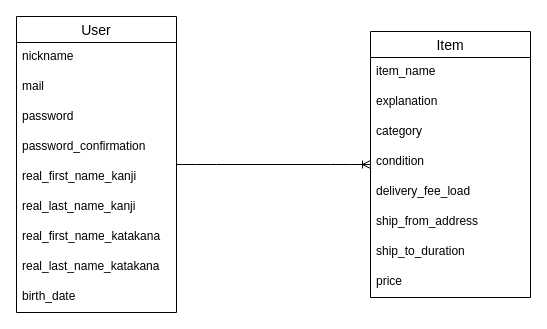
This is er_illustration.dio from Lubellum/furima-36670, a draw.io file, before an edit. Source tidied: cells renumbered, new cells numbered last; positions are measured from the earlier drawing's top-left corner, leaving out a move shared by most shapes. Both pictures are drawn from the tidied source at 100%, with x=0, y=0 at pixel (16, 16).
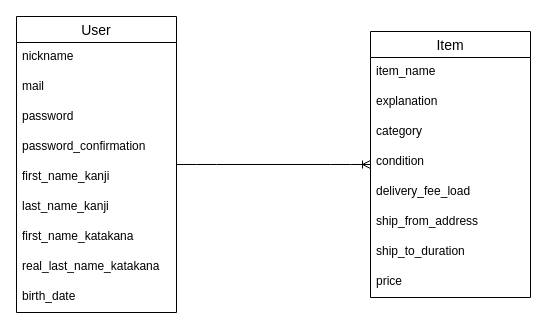
The same diagram, later.

Commit message (it also covers changes not shown here):
本名カラムの名称を変更

「first_name」「last_name」とするならrealはいらない

Unchanged cells that the change refers to:
```xml
<mxCell id="2" value="User" style="swimlane;fontStyle=0;horizontal=1;startSize=26;align=center;fontSize=14;direction=east;" parent="1" vertex="1">
  <mxGeometry width="160" height="296" as="geometry" />
</mxCell>
```

What changed in the source:
```diff
@@
-    <mxCell id="7" value="real_first_name_kanji" style="text;strokeColor=none;fillColor=none;spacingLeft=4;spacingRight=4;overflow=hidden;fontSize=12;verticalAlign=top;align=left;fontStyle=0;" parent="2" vertex="1">
+    <mxCell id="7" value="first_name_kanji" style="text;strokeColor=none;fillColor=none;spacingLeft=4;spacingRight=4;overflow=hidden;fontSize=12;verticalAlign=top;align=left;fontStyle=0;" parent="2" vertex="1">
       <mxGeometry y="146" width="160" height="30" as="geometry" />
     </mxCell>
-    <mxCell id="8" value="real_last_name_kanji" style="text;strokeColor=none;fillColor=none;spacingLeft=4;spacingRight=4;overflow=hidden;fontSize=12;verticalAlign=top;align=left;fontStyle=0;" parent="2" vertex="1">
+    <mxCell id="8" value="last_name_kanji" style="text;strokeColor=none;fillColor=none;spacingLeft=4;spacingRight=4;overflow=hidden;fontSize=12;verticalAlign=top;align=left;fontStyle=0;" parent="2" vertex="1">
       <mxGeometry y="176" width="160" height="30" as="geometry" />
     </mxCell>
-    <mxCell id="9" value="real_first_name_katakana" style="text;strokeColor=none;fillColor=none;spacingLeft=4;spacingRight=4;overflow=hidden;fontSize=12;verticalAlign=top;align=left;fontStyle=0;" parent="2" vertex="1">
+    <mxCell id="9" value="first_name_katakana" style="text;strokeColor=none;fillColor=none;spacingLeft=4;spacingRight=4;overflow=hidden;fontSize=12;verticalAlign=top;align=left;fontStyle=0;" parent="2" vertex="1">
       <mxGeometry y="206" width="160" height="30" as="geometry" />
     </mxCell>
```
